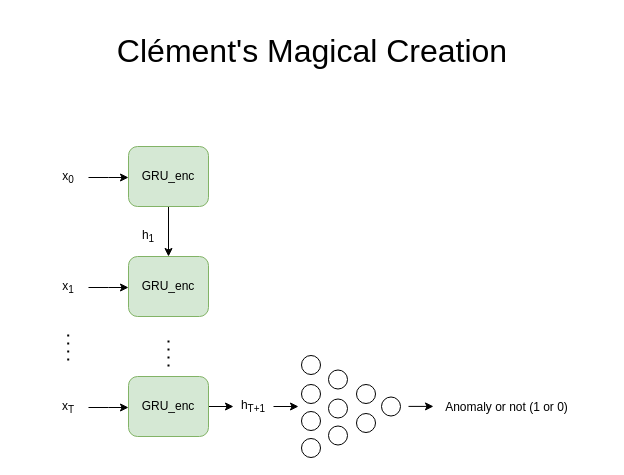
JorgeSintes/Advanced_Machine_Learning keeps this draw.io diagram as Drawings/Clément's Magical Creation.drawio. Above is the earlier version. Source tidied: cells renumbered, new cells numbered last; positions are measured from the earlier drawing's top-left corner, leaving out a move shared by most shapes. Both pictures are drawn from the tidied source at 100%, with x=0, y=0 at pixel (17, 18).
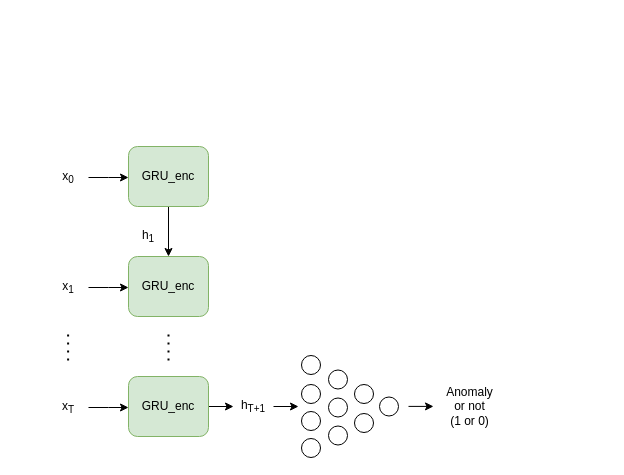
After the change.

Diff of the diagram source:
```diff
@@
     <mxCell id="8" style="endArrow=none;dashed=1;html=1;dashPattern=1 3;strokeWidth=2;" parent="1" edge="1">
       <mxGeometry relative="1" as="geometry">
-        <mxPoint x="151" y="348" as="sourcePoint" />
-        <mxPoint x="151" y="318" as="targetPoint" />
+        <mxPoint x="151" y="342" as="sourcePoint" />
+        <mxPoint x="151" y="312" as="targetPoint" />
       </mxGeometry>
     </mxCell>
@@
-    <mxCell id="10" value="&lt;br&gt;&lt;font style=&quot;font-size: 32px&quot;&gt;Clément's Magical Creation&lt;br&gt;&lt;/font&gt;" style="text;html=1;strokeColor=none;fillColor=none;align=center;verticalAlign=middle;whiteSpace=wrap;rounded=0;" parent="1" vertex="1">
-      <mxGeometry width="590" height="50" as="geometry" />
-    </mxCell>
     <mxCell id="11" style="ellipse;whiteSpace=wrap;html=1;" parent="1" vertex="1">
-      <mxGeometry x="339" y="366" width="19" height="19" as="geometry" />
+      <mxGeometry x="337" y="366" width="19" height="19" as="geometry" />
     </mxCell>
     <mxCell id="12" style="ellipse;whiteSpace=wrap;html=1;" parent="1" vertex="1">
-      <mxGeometry x="339" y="395" width="19" height="19" as="geometry" />
+      <mxGeometry x="337" y="395" width="19" height="19" as="geometry" />
     </mxCell>
@@
     <mxCell id="14" style="ellipse;whiteSpace=wrap;html=1;" parent="1" vertex="1">
-      <mxGeometry x="311" y="380.5" width="19" height="19" as="geometry" />
+      <mxGeometry x="311" y="379.5" width="19" height="19" as="geometry" />
     </mxCell>
@@
     <mxCell id="26" style="endArrow=none;dashed=1;html=1;dashPattern=1 3;strokeWidth=2;" parent="1" edge="1">
       <mxGeometry relative="1" as="geometry">
-        <mxPoint x="50.7" y="342" as="sourcePoint" />
-        <mxPoint x="50.7" y="312" as="targetPoint" />
+        <mxPoint x="50.6" y="342" as="sourcePoint" />
+        <mxPoint x="50.6" y="312" as="targetPoint" />
       </mxGeometry>
     </mxCell>
@@
     <mxCell id="28" style="ellipse;whiteSpace=wrap;html=1;" parent="1" vertex="1">
-      <mxGeometry x="364" y="378.5" width="19" height="19" as="geometry" />
+      <mxGeometry x="362" y="378.5" width="19" height="19" as="geometry" />
     </mxCell>
@@
-    <mxCell id="30" value="Anomaly or not (1 or 0)" style="text;html=1;align=center;verticalAlign=middle;strokeColor=none;" parent="1" vertex="1">
-      <mxGeometry x="419" y="379" width="140" height="20" as="geometry" />
+    <mxCell id="30" value="&lt;div&gt;Anomaly&lt;/div&gt;&lt;div&gt;or not &lt;br&gt;&lt;/div&gt;&lt;div&gt;(1 or 0)&lt;/div&gt;" style="text;html=1;align=center;verticalAlign=middle;strokeColor=none;" parent="1" vertex="1">
+      <mxGeometry x="422" y="363" width="60" height="50" as="geometry" />
     </mxCell>
```
